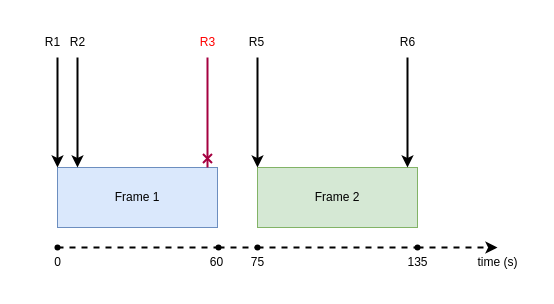
Before: page "Fixed Window Sliding" (4 of 4) of blog/09_essential-modules-for-developing-applications-with-fastapi-p5/diagram.drawio in pxuanbach/blog, a draw.io diagram. Source tidied: cells renumbered, new cells numbered last; positions are measured from the earlier drawing's top-left corner, leaving out a move shared by most shapes. Both pictures are drawn from the tidied source at 100%, with x=0, y=0 at pixel (17, 17).
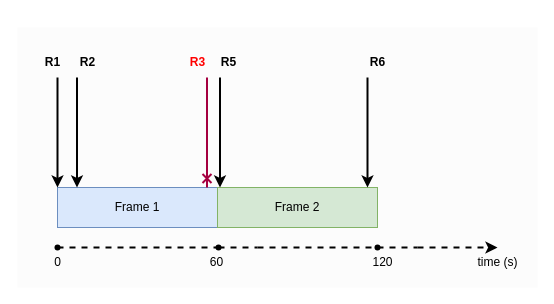
The same page after the edit.

Unchanged cells that the change refers to:
```xml
<mxCell id="12" style="shape=waypoint;sketch=0;size=6;points=[];fillColor=none;perimeter=centerPerimeter;snapToPoint=1;fontColor=#FFFFFF;" parent="1" vertex="1">
  <mxGeometry x="191" y="220" width="20" height="20" as="geometry" />
</mxCell>
```

The edit, as a diff of the source:
```diff
@@
-    <mxCell id="2" style="rounded=0;whiteSpace=wrap;html=1;labelBackgroundColor=#E6E6E6;fontColor=default;strokeColor=none;" parent="1" vertex="1">
-      <mxGeometry width="520" height="270" as="geometry" />
+    <mxCell id="2" style="rounded=0;whiteSpace=wrap;html=1;labelBackgroundColor=#E6E6E6;fontColor=default;strokeColor=none;fillColor=#FCFCFC;" parent="1" vertex="1">
+      <mxGeometry y="10" width="520" height="260" as="geometry" />
     </mxCell>
     <mxCell id="3" value="Frame 1" style="rounded=0;whiteSpace=wrap;html=1;fillColor=#dae8fc;strokeColor=#6c8ebf;fontColor=#000000;" parent="1" vertex="1">
-      <mxGeometry x="40" y="150" width="160" height="60" as="geometry" />
+      <mxGeometry x="40" y="170" width="160" height="40" as="geometry" />
     </mxCell>
     <mxCell id="4" value="Frame 2" style="rounded=0;whiteSpace=wrap;html=1;fillColor=#d5e8d4;strokeColor=#82b366;fontColor=#000000;" parent="1" vertex="1">
-      <mxGeometry x="240" y="150" width="160" height="60" as="geometry" />
+      <mxGeometry x="200" y="170" width="160" height="40" as="geometry" />
     </mxCell>
     <mxCell id="5" style="endArrow=classic;html=1;fontColor=#000000;strokeWidth=2;entryX=0;entryY=0;entryDx=0;entryDy=0;" parent="1" edge="1" target="3">
       <mxGeometry relative="1" as="geometry">
-        <mxPoint x="40" y="40" as="sourcePoint" />
+        <mxPoint x="40" y="60" as="sourcePoint" />
       </mxGeometry>
     </mxCell>
     <mxCell id="6" style="endArrow=classic;html=1;fontColor=#000000;entryX=0.25;entryY=0;entryDx=0;entryDy=0;strokeWidth=2;" parent="1" edge="1">
       <mxGeometry relative="1" as="geometry">
-        <mxPoint x="60" y="40" as="sourcePoint" />
-        <mxPoint x="60" y="150" as="targetPoint" />
+        <mxPoint x="59.5" y="60" as="sourcePoint" />
+        <mxPoint x="59.5" y="170" as="targetPoint" />
       </mxGeometry>
     </mxCell>
     <mxCell id="7" style="endArrow=classic;html=1;fontColor=#000000;entryX=0.25;entryY=0;entryDx=0;entryDy=0;strokeWidth=2;" parent="1" edge="1">
       <mxGeometry relative="1" as="geometry">
-        <mxPoint x="390" y="40" as="sourcePoint" />
-        <mxPoint x="390" y="150" as="targetPoint" />
+        <mxPoint x="350" y="60" as="sourcePoint" />
+        <mxPoint x="350" y="170" as="targetPoint" />
       </mxGeometry>
     </mxCell>
     <mxCell id="8" style="endArrow=classic;html=1;fontColor=#000000;entryX=0.25;entryY=0;entryDx=0;entryDy=0;strokeWidth=2;" parent="1" edge="1">
       <mxGeometry relative="1" as="geometry">
-        <mxPoint x="240" y="40" as="sourcePoint" />
-        <mxPoint x="240" y="150" as="targetPoint" />
+        <mxPoint x="202.5" y="60" as="sourcePoint" />
+        <mxPoint x="202.5" y="170" as="targetPoint" />
       </mxGeometry>
     </mxCell>
     <mxCell id="9" style="endArrow=cross;html=1;fontColor=#000000;endFill=0;entryX=0.75;entryY=0;entryDx=0;entryDy=0;fillColor=#d80073;strokeColor=#A50040;strokeWidth=2;" parent="1" edge="1">
       <mxGeometry relative="1" as="geometry">
-        <mxPoint x="190" y="40" as="sourcePoint" />
-        <mxPoint x="190" y="150" as="targetPoint" />
+        <mxPoint x="189.5" y="60" as="sourcePoint" />
+        <mxPoint x="189.5" y="170" as="targetPoint" />
       </mxGeometry>
     </mxCell>
-    <mxCell id="10" style="endArrow=classic;html=1;strokeWidth=2;fontColor=#000000;dashed=1;startArrow=none;" parent="1" edge="1" source="16">
+    <mxCell id="10" style="endArrow=classic;html=1;strokeWidth=2;fontColor=#000000;dashed=1;startArrow=none;" parent="1" edge="1">
       <mxGeometry relative="1" as="geometry">
+        <mxPoint x="400" y="230" as="sourcePoint" />
         <mxPoint x="480" y="230" as="targetPoint" />
       </mxGeometry>
     </mxCell>
@@
-    <mxCell id="13" style="endArrow=none;html=1;strokeWidth=2;fontColor=#000000;dashed=1;startArrow=none;" parent="1" edge="1" source="12" target="14">
-      <mxGeometry relative="1" as="geometry" />
+    <mxCell id="13" style="endArrow=none;html=1;strokeWidth=2;fontColor=#000000;dashed=1;startArrow=none;" parent="1" edge="1" source="12">
+      <mxGeometry relative="1" as="geometry">
+        <mxPoint x="240" y="230" as="targetPoint" />
+      </mxGeometry>
     </mxCell>
-    <mxCell id="14" style="shape=waypoint;sketch=0;size=6;points=[];fillColor=none;perimeter=centerPerimeter;snapToPoint=1;fontColor=#FFFFFF;" parent="1" vertex="1">
-      <mxGeometry x="230" y="220" width="20" height="20" as="geometry" />
-    </mxCell>
-    <mxCell id="15" style="endArrow=none;html=1;strokeWidth=2;fontColor=#000000;dashed=1;startArrow=none;" parent="1" edge="1" source="14" target="16">
-      <mxGeometry relative="1" as="geometry" />
+    <mxCell id="15" style="endArrow=none;html=1;strokeWidth=2;fontColor=#000000;dashed=1;startArrow=none;" parent="1" edge="1" source="30">
+      <mxGeometry relative="1" as="geometry">
+        <mxPoint x="400" y="230" as="targetPoint" />
+      </mxGeometry>
     </mxCell>
-    <mxCell id="16" style="shape=waypoint;sketch=0;size=6;points=[];fillColor=none;perimeter=centerPerimeter;snapToPoint=1;fontColor=#FFFFFF;" parent="1" vertex="1">
-      <mxGeometry x="390" y="220" width="20" height="20" as="geometry" />
-    </mxCell>
@@
-    <mxCell id="21" value="75" style="text;html=1;align=center;verticalAlign=middle;strokeColor=none;fillColor=none;fontColor=default;labelBackgroundColor=none;" parent="1" vertex="1">
-      <mxGeometry x="220" y="230" width="40" height="30" as="geometry" />
-    </mxCell>
-    <mxCell id="22" value="135" style="text;html=1;align=center;verticalAlign=middle;strokeColor=none;fillColor=none;fontColor=default;labelBackgroundColor=none;" parent="1" vertex="1">
-      <mxGeometry x="380" y="230" width="40" height="30" as="geometry" />
+    <mxCell id="22" value="120" style="text;html=1;align=center;verticalAlign=middle;strokeColor=none;fillColor=none;fontColor=default;labelBackgroundColor=none;" parent="1" vertex="1">
+      <mxGeometry x="345" y="230" width="40" height="30" as="geometry" />
     </mxCell>
@@
-    <mxCell id="24" value="R1" style="text;html=1;align=center;verticalAlign=middle;strokeColor=none;fillColor=none;fontColor=default;" parent="1" vertex="1">
-      <mxGeometry x="15" y="10" width="40" height="30" as="geometry" />
+    <mxCell id="24" value="R1" style="text;html=1;align=center;verticalAlign=middle;strokeColor=none;fillColor=none;fontColor=default;fontStyle=1;" parent="1" vertex="1">
+      <mxGeometry x="15" y="30" width="40" height="30" as="geometry" />
     </mxCell>
-    <mxCell id="25" value="R2" style="text;html=1;align=center;verticalAlign=middle;strokeColor=none;fillColor=none;fontColor=default;" parent="1" vertex="1">
-      <mxGeometry x="40" y="10" width="40" height="30" as="geometry" />
+    <mxCell id="25" value="R2" style="text;html=1;align=center;verticalAlign=middle;strokeColor=none;fillColor=none;fontColor=default;fontStyle=1;" parent="1" vertex="1">
+      <mxGeometry x="50" y="30" width="40" height="30" as="geometry" />
     </mxCell>
-    <mxCell id="26" value="R3" style="text;html=1;align=center;verticalAlign=middle;strokeColor=none;fillColor=none;fontColor=#FF0000;" parent="1" vertex="1">
-      <mxGeometry x="170" y="10" width="40" height="30" as="geometry" />
+    <mxCell id="26" value="R3" style="text;html=1;align=center;verticalAlign=middle;strokeColor=none;fillColor=none;fontColor=#FF0000;fontStyle=1;" parent="1" vertex="1">
+      <mxGeometry x="160" y="30" width="40" height="30" as="geometry" />
     </mxCell>
-    <mxCell id="27" value="R5" style="text;html=1;align=center;verticalAlign=middle;strokeColor=none;fillColor=none;fontColor=default;" parent="1" vertex="1">
-      <mxGeometry x="219" y="10" width="40" height="30" as="geometry" />
+    <mxCell id="27" value="R5" style="text;html=1;align=center;verticalAlign=middle;strokeColor=none;fillColor=none;fontColor=default;fontStyle=1;" parent="1" vertex="1">
+      <mxGeometry x="191" y="30" width="40" height="30" as="geometry" />
     </mxCell>
-    <mxCell id="28" value="R6" style="text;html=1;align=center;verticalAlign=middle;strokeColor=none;fillColor=none;fontColor=default;" parent="1" vertex="1">
-      <mxGeometry x="370" y="10" width="40" height="30" as="geometry" />
+    <mxCell id="28" value="R6" style="text;html=1;align=center;verticalAlign=middle;strokeColor=none;fillColor=none;fontColor=default;fontStyle=1;" parent="1" vertex="1">
+      <mxGeometry x="340" y="30" width="40" height="30" as="geometry" />
     </mxCell>
+    <mxCell id="29" style="endArrow=none;html=1;strokeWidth=2;fontColor=#000000;dashed=1;startArrow=none;" parent="1" edge="1" target="30">
+      <mxGeometry relative="1" as="geometry">
+        <mxPoint x="240" y="230" as="sourcePoint" />
+      </mxGeometry>
+    </mxCell>
+    <mxCell id="30" style="shape=waypoint;sketch=0;size=6;points=[];fillColor=none;perimeter=centerPerimeter;snapToPoint=1;" parent="1" vertex="1">
+      <mxGeometry x="350" y="220" width="20" height="20" as="geometry" />
+    </mxCell>
```
